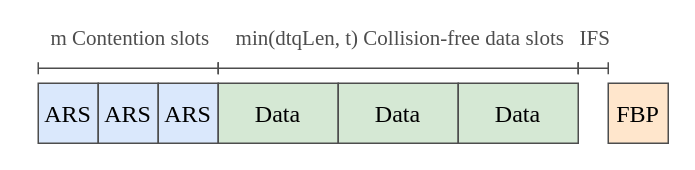
Before: diagrams/MSDQ_round_structure.drawio in jason-gerard/DRAAF-pipeline, a draw.io diagram. Source tidied: cells renumbered, new cells numbered last; positions are measured from the earlier drawing's top-left corner, leaving out a move shared by most shapes. Both pictures are drawn from the tidied source at 150%, with x=0, y=0 at pixel (38, 68).
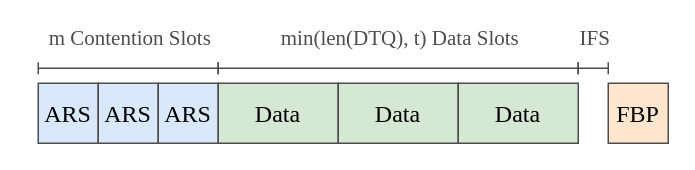
The same diagram, later.

Change to the diagram source:
```diff
@@
 <mxGraphModel>
   <root>
     <mxCell id="0" />
     <mxCell id="1" parent="0" />
     <mxCell id="2" value="ARS" style="rounded=0;whiteSpace=wrap;html=1;fontSize=16;fontFamily=Times New Roman;fillColor=#dae8fc;strokeColor=#4D4D4D;" parent="1" vertex="1">
       <mxGeometry y="10" width="40" height="40" as="geometry" />
     </mxCell>
     <mxCell id="3" value="ARS" style="rounded=0;whiteSpace=wrap;html=1;fontSize=16;fontFamily=Times New Roman;fillColor=#dae8fc;strokeColor=#4D4D4D;" parent="1" vertex="1">
       <mxGeometry x="40" y="10" width="40" height="40" as="geometry" />
     </mxCell>
     <mxCell id="4" value="ARS" style="rounded=0;whiteSpace=wrap;html=1;fontSize=16;fontFamily=Times New Roman;fillColor=#dae8fc;strokeColor=#4D4D4D;" parent="1" vertex="1">
       <mxGeometry x="80" y="10" width="40" height="40" as="geometry" />
     </mxCell>
     <mxCell id="5" value="Data" style="rounded=0;whiteSpace=wrap;html=1;fontSize=16;fontFamily=Times New Roman;fillColor=#d5e8d4;strokeColor=#4D4D4D;" parent="1" vertex="1">
       <mxGeometry x="120" y="10" width="80" height="40" as="geometry" />
     </mxCell>
     <mxCell id="6" value="FBP" style="rounded=0;whiteSpace=wrap;html=1;fontSize=16;fontFamily=Times New Roman;fillColor=#ffe6cc;strokeColor=#4D4D4D;" parent="1" vertex="1">
       <mxGeometry x="380" y="10" width="40" height="40" as="geometry" />
     </mxCell>
     <mxCell id="7" value="Data" style="rounded=0;whiteSpace=wrap;html=1;fontSize=16;fontFamily=Times New Roman;fillColor=#d5e8d4;strokeColor=#4D4D4D;" parent="1" vertex="1">
       <mxGeometry x="200" y="10" width="80" height="40" as="geometry" />
     </mxCell>
     <mxCell id="8" value="Data" style="rounded=0;whiteSpace=wrap;html=1;fontSize=16;fontFamily=Times New Roman;fillColor=#d5e8d4;strokeColor=#4D4D4D;" parent="1" vertex="1">
       <mxGeometry x="280" y="10" width="80" height="40" as="geometry" />
     </mxCell>
     <mxCell id="9" style="endArrow=baseDash;startArrow=baseDash;html=1;rounded=0;startFill=0;endFill=0;fontColor=#4D4D4D;strokeColor=#4D4D4D;" parent="1" edge="1">
       <mxGeometry relative="1" as="geometry">
         <mxPoint as="sourcePoint" />
         <mxPoint x="120" as="targetPoint" />
       </mxGeometry>
     </mxCell>
-    <mxCell id="10" value="m Contention slots" style="edgeLabel;html=1;align=center;verticalAlign=middle;fontSize=14;fontFamily=Times New Roman;fontColor=#4D4D4D;" parent="9" vertex="1">
+    <mxCell id="10" value="m Contention Slots" style="edgeLabel;html=1;align=center;verticalAlign=middle;fontSize=14;fontFamily=Times New Roman;fontColor=#4D4D4D;" parent="9" vertex="1">
       <mxGeometry x="-0.28" y="1" relative="1" as="geometry">
         <mxPoint x="17" y="-19" as="offset" />
       </mxGeometry>
     </mxCell>
     <mxCell id="11" style="endArrow=baseDash;startArrow=baseDash;html=1;rounded=0;startFill=0;endFill=0;fontColor=#4D4D4D;strokeColor=#4D4D4D;" parent="1" edge="1">
       <mxGeometry relative="1" as="geometry">
         <mxPoint x="120" as="sourcePoint" />
         <mxPoint x="360" as="targetPoint" />
       </mxGeometry>
     </mxCell>
-    <mxCell id="12" value="min(dtqLen, t) Collision-free data slots" style="edgeLabel;html=1;align=center;verticalAlign=middle;fontSize=14;fontFamily=Times New Roman;fontColor=#4D4D4D;" parent="11" vertex="1">
+    <mxCell id="12" value="min(len(DTQ), t) Data Slots" style="edgeLabel;html=1;align=center;verticalAlign=middle;fontSize=14;fontFamily=Times New Roman;fontColor=#4D4D4D;" parent="11" vertex="1">
       <mxGeometry x="-0.28" y="1" relative="1" as="geometry">
         <mxPoint x="34" y="-19" as="offset" />
       </mxGeometry>
     </mxCell>
     <mxCell id="13" style="endArrow=baseDash;startArrow=baseDash;html=1;rounded=0;startFill=0;endFill=0;fontColor=#4D4D4D;strokeColor=#4D4D4D;" parent="1" edge="1">
       <mxGeometry relative="1" as="geometry">
         <mxPoint x="360" as="sourcePoint" />
         <mxPoint x="380" as="targetPoint" />
       </mxGeometry>
     </mxCell>
     <mxCell id="14" value="IFS" style="edgeLabel;html=1;align=center;verticalAlign=middle;fontSize=14;fontFamily=Times New Roman;fontColor=#4D4D4D;" parent="13" vertex="1">
       <mxGeometry x="-0.28" y="1" relative="1" as="geometry">
         <mxPoint x="3" y="-19" as="offset" />
       </mxGeometry>
     </mxCell>
   </root>
 </mxGraphModel>
```
